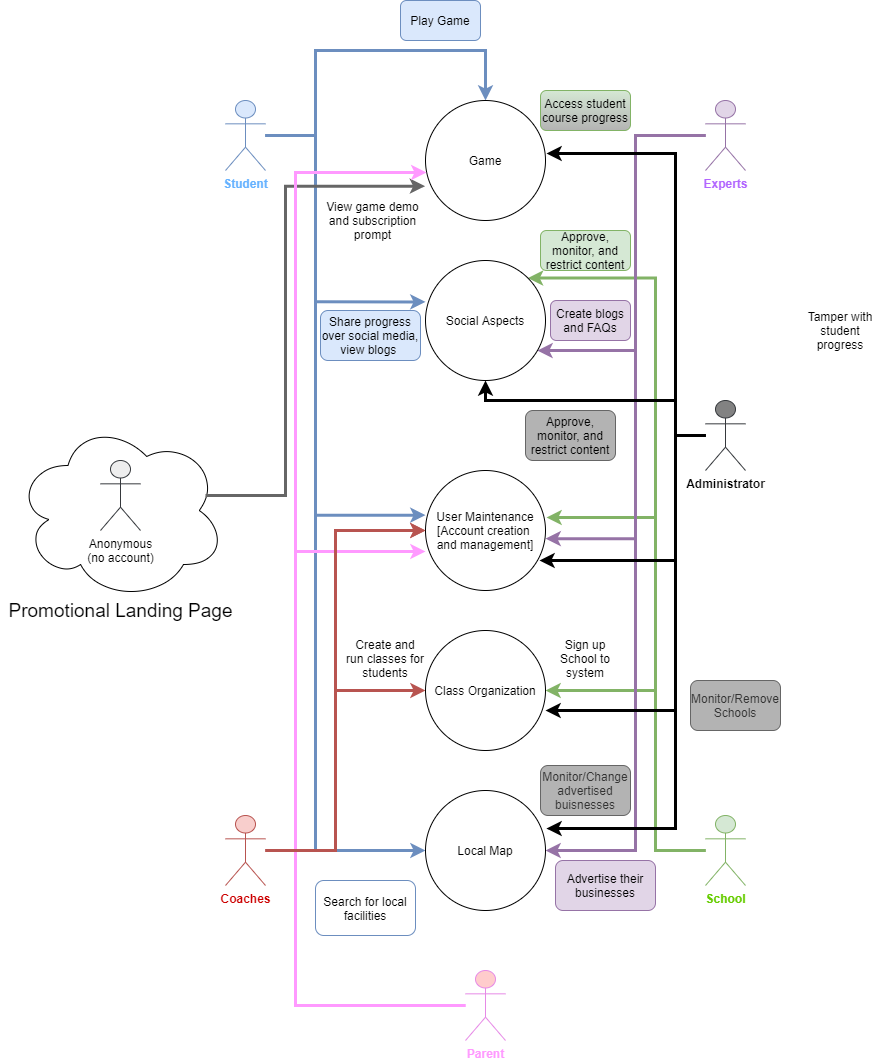
Before: Deliverables/Week_2/Use Cases.png, a diagram exported from draw.io (Hanandrof/Group-3-Repository). Source tidied: cells renumbered, new cells last; positions are measured from the earlier drawing's top-left corner, leaving out a move shared by most shapes.
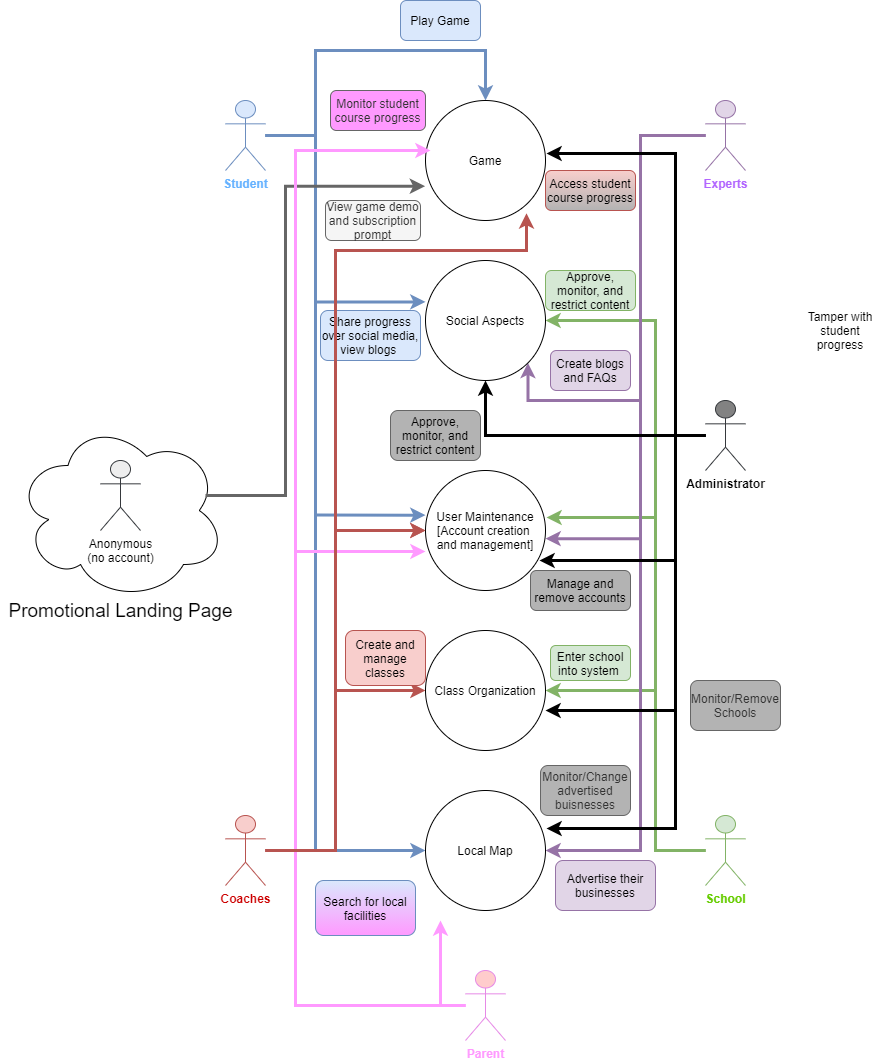
After the commit.

The edit, as a diff of the source:
```diff
@@ -60,11 +60,11 @@
     <mxCell id="10" value="&lt;b&gt;&lt;font color=&quot;#cc0000&quot;&gt;Coaches&lt;/font&gt;&lt;/b&gt;" style="shape=umlActor;verticalLabelPosition=bottom;verticalAlign=top;html=1;outlineConnect=0;fillColor=#f8cecc;strokeColor=#b85450;" parent="1" vertex="1">
       <mxGeometry x="225" y="815" width="40" height="70" as="geometry" />
     </mxCell>
-    <mxCell id="11" style="edgeStyle=orthogonalEdgeStyle;rounded=0;jettySize=auto;html=1;entryX=1;entryY=0;entryDx=0;entryDy=0;strokeWidth=3;fillColor=#d5e8d4;strokeColor=#82b366;" parent="1" edge="1" source="14" target="20">
+    <mxCell id="11" style="edgeStyle=orthogonalEdgeStyle;rounded=0;jettySize=auto;html=1;strokeWidth=3;fillColor=#d5e8d4;strokeColor=#82b366;entryX=1;entryY=0.5;entryDx=0;entryDy=0;" parent="1" edge="1" source="14" target="20">
       <mxGeometry relative="1" as="geometry">
         <Array as="points">
           <mxPoint x="655" y="850" />
-          <mxPoint x="655" y="278" />
+          <mxPoint x="655" y="320" />
         </Array>
       </mxGeometry>
     </mxCell>
@@ -87,27 +87,28 @@
     <mxCell id="14" value="&lt;font color=&quot;#66cc00&quot;&gt;&lt;b&gt;School&lt;/b&gt;&lt;/font&gt;" style="shape=umlActor;verticalLabelPosition=bottom;verticalAlign=top;html=1;outlineConnect=0;fillColor=#d5e8d4;strokeColor=#82b366;" parent="1" vertex="1">
       <mxGeometry x="705" y="815" width="40" height="70" as="geometry" />
     </mxCell>
-    <mxCell id="15" style="edgeStyle=orthogonalEdgeStyle;rounded=0;jettySize=auto;html=1;strokeWidth=3;fillColor=#e1d5e7;strokeColor=#9673a6;" parent="1" edge="1" source="18" target="20">
+    <mxCell id="15" style="edgeStyle=orthogonalEdgeStyle;rounded=0;jettySize=auto;html=1;strokeWidth=3;fillColor=#e1d5e7;strokeColor=#9673a6;entryX=1;entryY=1;entryDx=0;entryDy=0;" parent="1" edge="1" source="18" target="20">
       <mxGeometry relative="1" as="geometry">
         <Array as="points">
-          <mxPoint x="635" y="135" />
-          <mxPoint x="635" y="350" />
+          <mxPoint x="640" y="135" />
+          <mxPoint x="640" y="400" />
+          <mxPoint x="527" y="400" />
         </Array>
       </mxGeometry>
     </mxCell>
     <mxCell id="16" style="edgeStyle=orthogonalEdgeStyle;rounded=0;jettySize=auto;html=1;strokeWidth=3;entryX=1;entryY=0.568;entryDx=0;entryDy=0;entryPerimeter=0;fillColor=#e1d5e7;strokeColor=#9673a6;" parent="1" edge="1" source="18" target="21">
       <mxGeometry relative="1" as="geometry">
         <Array as="points">
-          <mxPoint x="635" y="135" />
-          <mxPoint x="635" y="538" />
+          <mxPoint x="640" y="135" />
+          <mxPoint x="640" y="538" />
         </Array>
       </mxGeometry>
     </mxCell>
     <mxCell id="17" style="edgeStyle=orthogonalEdgeStyle;rounded=0;jettySize=auto;html=1;strokeWidth=3;fillColor=#e1d5e7;strokeColor=#9673a6;entryX=1;entryY=0.5;entryDx=0;entryDy=0;" parent="1" edge="1" source="18" target="23">
       <mxGeometry relative="1" as="geometry">
         <Array as="points">
-          <mxPoint x="635" y="135" />
-          <mxPoint x="635" y="850" />
+          <mxPoint x="640" y="135" />
+          <mxPoint x="640" y="850" />
         </Array>
       </mxGeometry>
     </mxCell>
@@ -136,22 +137,22 @@
       <mxGeometry x="320" y="310" width="100" height="50" as="geometry" />
     </mxCell>
     <mxCell id="26" value="Approve, monitor, and restrict content" style="text;html=1;strokeColor=#82b366;fillColor=#d5e8d4;align=center;verticalAlign=middle;whiteSpace=wrap;rounded=1;glass=0;shadow=0;sketch=0;" parent="1" vertex="1">
-      <mxGeometry x="540" y="230" width="90" height="40" as="geometry" />
+      <mxGeometry x="545" y="270" width="90" height="40" as="geometry" />
     </mxCell>
-    <mxCell id="27" value="Create and run classes for students" style="text;html=1;strokeColor=none;fillColor=none;align=center;verticalAlign=middle;whiteSpace=wrap;rounded=0;" parent="1" vertex="1">
+    <mxCell id="27" value="Create and manage classes" style="text;html=1;strokeColor=#b85450;fillColor=#f8cecc;align=center;verticalAlign=middle;whiteSpace=wrap;rounded=1;" parent="1" vertex="1">
       <mxGeometry x="345" y="630" width="80" height="55" as="geometry" />
     </mxCell>
-    <mxCell id="28" value="Sign up School to system" style="text;html=1;strokeColor=none;fillColor=none;align=center;verticalAlign=middle;whiteSpace=wrap;rounded=0;" parent="1" vertex="1">
-      <mxGeometry x="545" y="630" width="80" height="55" as="geometry" />
+    <mxCell id="28" value="Enter school into system&amp;nbsp;" style="text;html=1;strokeColor=#82b366;fillColor=#d5e8d4;align=center;verticalAlign=middle;whiteSpace=wrap;rounded=1;" parent="1" vertex="1">
+      <mxGeometry x="550" y="645" width="80" height="35" as="geometry" />
     </mxCell>
-    <mxCell id="29" value="Search for local facilities" style="text;html=1;strokeColor=#6c8ebf;align=center;verticalAlign=middle;whiteSpace=wrap;rounded=1;gradientDirection=north;fillColor=#FFFFFF;" parent="1" vertex="1">
+    <mxCell id="29" value="Search for local facilities" style="text;html=1;strokeColor=#6c8ebf;align=center;verticalAlign=middle;whiteSpace=wrap;rounded=1;gradientDirection=south;fillColor=#dae8fc;gradientColor=#FF99FF;" parent="1" vertex="1">
       <mxGeometry x="315" y="880" width="100" height="55" as="geometry" />
     </mxCell>
     <mxCell id="30" value="Advertise their businesses" style="text;html=1;strokeColor=#9673a6;fillColor=#e1d5e7;align=center;verticalAlign=middle;whiteSpace=wrap;rounded=1;" parent="1" vertex="1">
       <mxGeometry x="555" y="860" width="100" height="50" as="geometry" />
     </mxCell>
     <mxCell id="31" value="Create blogs and FAQs" style="text;html=1;strokeColor=#9673a6;fillColor=#e1d5e7;align=center;verticalAlign=middle;whiteSpace=wrap;rounded=1;fontSize=12;" parent="1" vertex="1">
-      <mxGeometry x="550" y="300" width="80" height="40" as="geometry" />
+      <mxGeometry x="550" y="350" width="80" height="40" as="geometry" />
     </mxCell>
     <mxCell id="32" style="edgeStyle=orthogonalEdgeStyle;rounded=0;jettySize=auto;html=1;entryX=-0.004;entryY=0.714;entryDx=0;entryDy=0;entryPerimeter=0;strokeWidth=3;fillColor=#f5f5f5;strokeColor=#666666;" parent="1" edge="1" target="19">
       <mxGeometry relative="1" as="geometry">
@@ -176,9 +177,7 @@
     <mxCell id="35" style="edgeStyle=orthogonalEdgeStyle;rounded=0;jettySize=auto;html=1;entryX=0.5;entryY=1;entryDx=0;entryDy=0;strokeWidth=3;" parent="1" edge="1" source="39" target="20">
       <mxGeometry relative="1" as="geometry">
         <Array as="points">
-          <mxPoint x="675" y="435" />
-          <mxPoint x="675" y="400" />
-          <mxPoint x="485" y="400" />
+          <mxPoint x="485" y="435" />
         </Array>
       </mxGeometry>
     </mxCell>
@@ -209,13 +208,13 @@
     <mxCell id="39" value="&lt;b&gt;Administrator&lt;/b&gt;" style="shape=umlActor;verticalLabelPosition=bottom;verticalAlign=top;html=1;outlineConnect=0;strokeColor=#36393d;fillColor=#828282;" parent="1" vertex="1">
       <mxGeometry x="705" y="400" width="40" height="70" as="geometry" />
     </mxCell>
-    <mxCell id="40" value="Access student course progress" style="text;html=1;strokeColor=#82b366;align=center;verticalAlign=middle;whiteSpace=wrap;rounded=1;fillColor=#d5e8d4;gradientColor=#B3B3B3;" parent="1" vertex="1">
-      <mxGeometry x="540" y="90" width="90" height="40" as="geometry" />
+    <mxCell id="40" value="Access student course progress" style="text;html=1;strokeColor=#b85450;align=center;verticalAlign=middle;whiteSpace=wrap;rounded=1;fillColor=#f8cecc;gradientColor=#B3B3B3;" parent="1" vertex="1">
+      <mxGeometry x="545" y="170" width="90" height="40" as="geometry" />
     </mxCell>
     <mxCell id="41" value="&lt;font style=&quot;font-size: 19px&quot;&gt;Promotional Landing Page&lt;/font&gt;" style="text;html=1;align=center;verticalAlign=middle;" parent="1" vertex="1">
       <mxGeometry y="600" width="240" height="20" as="geometry" />
     </mxCell>
-    <mxCell id="42" value="View game demo and subscription prompt" style="text;html=1;strokeColor=none;fillColor=none;align=center;verticalAlign=middle;whiteSpace=wrap;rounded=0;" parent="1" vertex="1">
+    <mxCell id="42" value="View game demo and subscription prompt" style="text;html=1;strokeColor=#666666;fillColor=#f5f5f5;align=center;verticalAlign=middle;whiteSpace=wrap;rounded=1;fontColor=#333333;" parent="1" vertex="1">
       <mxGeometry x="325" y="200" width="95" height="40" as="geometry" />
     </mxCell>
     <mxCell id="43" style="edgeStyle=orthogonalEdgeStyle;rounded=0;jettySize=auto;html=1;entryX=0;entryY=0.675;entryDx=0;entryDy=0;entryPerimeter=0;strokeWidth=3;strokeColor=#FF99FF;" parent="1" edge="1" source="45" target="21">
@@ -226,14 +225,21 @@
         </Array>
       </mxGeometry>
     </mxCell>
-    <mxCell id="44" style="edgeStyle=orthogonalEdgeStyle;rounded=0;jettySize=auto;html=1;entryX=0.008;entryY=0.6;entryDx=0;entryDy=0;entryPerimeter=0;strokeWidth=3;fillColor=#ffcccc;strokeColor=#FF99FF;" parent="1" edge="1" source="45" target="19">
+    <mxCell id="44" style="edgeStyle=orthogonalEdgeStyle;rounded=0;jettySize=auto;html=1;strokeWidth=3;fillColor=#ffcccc;strokeColor=#FF99FF;" parent="1" edge="1" source="45">
       <mxGeometry relative="1" as="geometry">
+        <mxPoint x="430" y="150" as="targetPoint" />
         <Array as="points">
           <mxPoint x="295" y="1005" />
-          <mxPoint x="295" y="172" />
+          <mxPoint x="295" y="150" />
+          <mxPoint x="426" y="150" />
         </Array>
       </mxGeometry>
     </mxCell>
+    <mxCell id="51" style="edgeStyle=orthogonalEdgeStyle;rounded=0;jettySize=auto;html=1;strokeColor=#FF99FF;strokeWidth=3;fontSize=12;" parent="1" edge="1" source="45">
+      <mxGeometry relative="1" as="geometry">
+        <mxPoint x="440" y="920" as="targetPoint" />
+      </mxGeometry>
+    </mxCell>
     <mxCell id="45" value="&lt;b&gt;&lt;font color=&quot;#ff99ff&quot;&gt;Parent&lt;/font&gt;&lt;/b&gt;" style="shape=umlActor;verticalLabelPosition=bottom;verticalAlign=top;html=1;outlineConnect=0;fillColor=#ffcccc;strokeColor=#E68AE6;" parent="1" vertex="1">
       <mxGeometry x="465" y="970" width="40" height="70" as="geometry" />
     </mxCell>
@@ -257,7 +263,23 @@
       <mxGeometry x="690" y="680" width="90" height="50" as="geometry" />
     </mxCell>
     <mxCell id="50" value="&lt;span style=&quot;color: rgb(0 , 0 , 0)&quot;&gt;Approve, monitor, and restrict content&lt;/span&gt;" style="text;html=1;strokeColor=#666666;align=center;verticalAlign=middle;whiteSpace=wrap;rounded=1;fontColor=#333333;fillColor=#B3B3B3;" parent="1" vertex="1">
-      <mxGeometry x="525" y="410" width="90" height="50" as="geometry" />
+      <mxGeometry x="390" y="410" width="90" height="50" as="geometry" />
     </mxCell>
+    <mxCell id="52" value="Monitor student course progress" style="text;html=1;strokeColor=#666666;align=center;verticalAlign=middle;whiteSpace=wrap;rounded=1;fontColor=#333333;fillColor=#FF99FF;" parent="1" vertex="1">
+      <mxGeometry x="330" y="90" width="95" height="40" as="geometry" />
+    </mxCell>
+    <mxCell id="53" value="&lt;span style=&quot;color: rgb(0 , 0 , 0)&quot;&gt;Manage and remove accounts&lt;/span&gt;" style="text;html=1;strokeColor=#666666;align=center;verticalAlign=middle;whiteSpace=wrap;rounded=1;fontColor=#333333;fillColor=#B3B3B3;" parent="1" vertex="1">
+      <mxGeometry x="530" y="570" width="100" height="40" as="geometry" />
+    </mxCell>
+    <mxCell id="54" style="edgeStyle=orthogonalEdgeStyle;rounded=0;jettySize=auto;html=1;strokeWidth=3;fillColor=#f8cecc;strokeColor=#b85450;entryX=0.842;entryY=0.94;entryDx=0;entryDy=0;entryPerimeter=0;" parent="1" edge="1" target="19">
+      <mxGeometry relative="1" as="geometry">
+        <mxPoint x="265" y="850" as="sourcePoint" />
+        <Array as="points">
+          <mxPoint x="335" y="850" />
+          <mxPoint x="335" y="250" />
+          <mxPoint x="526" y="250" />
+        </Array>
+      </mxGeometry>
+    </mxCell>
   </root>
 </mxGraphModel>
```
